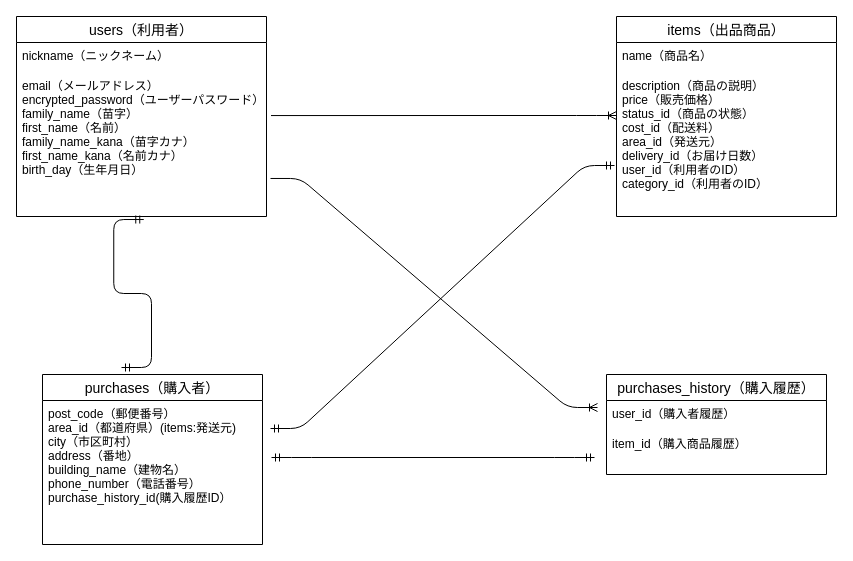
Before: page "ページ1" (1 of 2) of furima.dio in atteyo-th/furima-34412, a draw.io diagram. Source tidied: cells renumbered, new cells numbered last; positions are measured from the earlier drawing's top-left corner, leaving out a move shared by most shapes. Both pictures are drawn from the tidied source at 100%, with x=0, y=0 at pixel (16, 16).
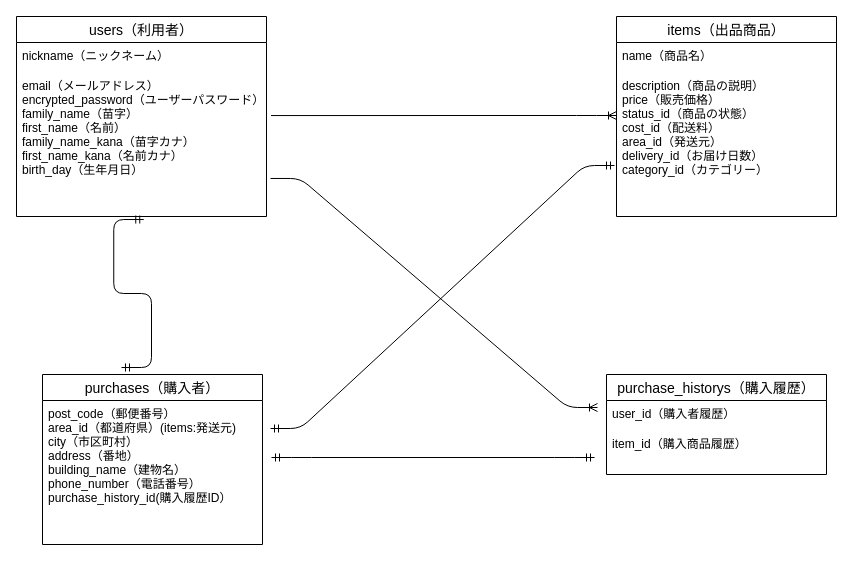
Above is the later version.

Commit message (it also covers changes not shown here):
ER図/README修正６

Unchanged cells that the change refers to:
```xml
<mxCell id="5" value="items（出品商品）" style="swimlane;fontStyle=0;horizontal=1;startSize=26;align=center;fontSize=14;direction=east;" parent="1" vertex="1">
  <mxGeometry x="600" width="220" height="200" as="geometry" />
</mxCell>
```

The edit, as a diff of the source:
```diff
@@
-    <mxCell id="7" value="description（商品の説明）&#10;price（販売価格）&#10;status_id（商品の状態）&#10;cost_id（配送料）&#10;area_id（発送元）&#10;delivery_id（お届け日数）&#10;user_id（利用者のID）&#10;category_id（利用者のID）&#10;&#10;&#10;&#10;" style="text;strokeColor=none;fillColor=none;spacingLeft=4;spacingRight=4;overflow=hidden;fontSize=12;" parent="5" vertex="1">
+    <mxCell id="7" value="description（商品の説明）&#10;price（販売価格）&#10;status_id（商品の状態）&#10;cost_id（配送料）&#10;area_id（発送元）&#10;delivery_id（お届け日数）&#10;category_id（カテゴリー）&#10;&#10;&#10;&#10;" style="text;strokeColor=none;fillColor=none;spacingLeft=4;spacingRight=4;overflow=hidden;fontSize=12;" parent="5" vertex="1">
       <mxGeometry y="56" width="220" height="144" as="geometry" />
     </mxCell>
@@
-    <mxCell id="13" value="purchases_history（購入履歴）" style="swimlane;fontStyle=0;horizontal=1;startSize=26;align=center;fontSize=14;direction=east;" parent="1" vertex="1">
+    <mxCell id="13" value="purchase_historys（購入履歴）" style="swimlane;fontStyle=0;horizontal=1;startSize=26;align=center;fontSize=14;direction=east;" parent="1" vertex="1">
       <mxGeometry x="590" y="358" width="220" height="100" as="geometry" />
     </mxCell>
```
